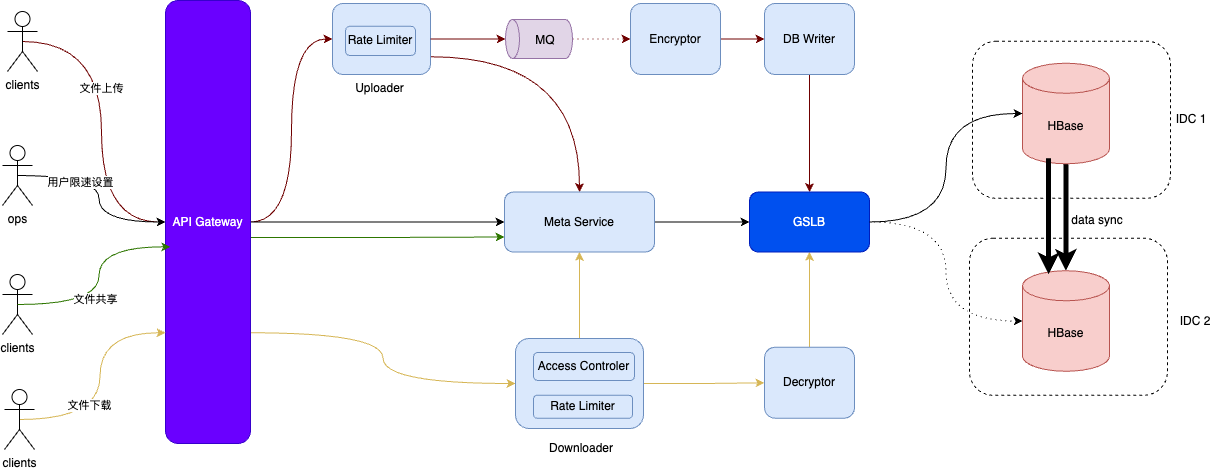
The draw.io diagram pictures/network_storage/final.drawio.png in alikWu/system-design, before a commit. Source tidied: cells renumbered, new cells last; positions are measured from the earlier drawing's top-left corner, leaving out a move shared by most shapes.
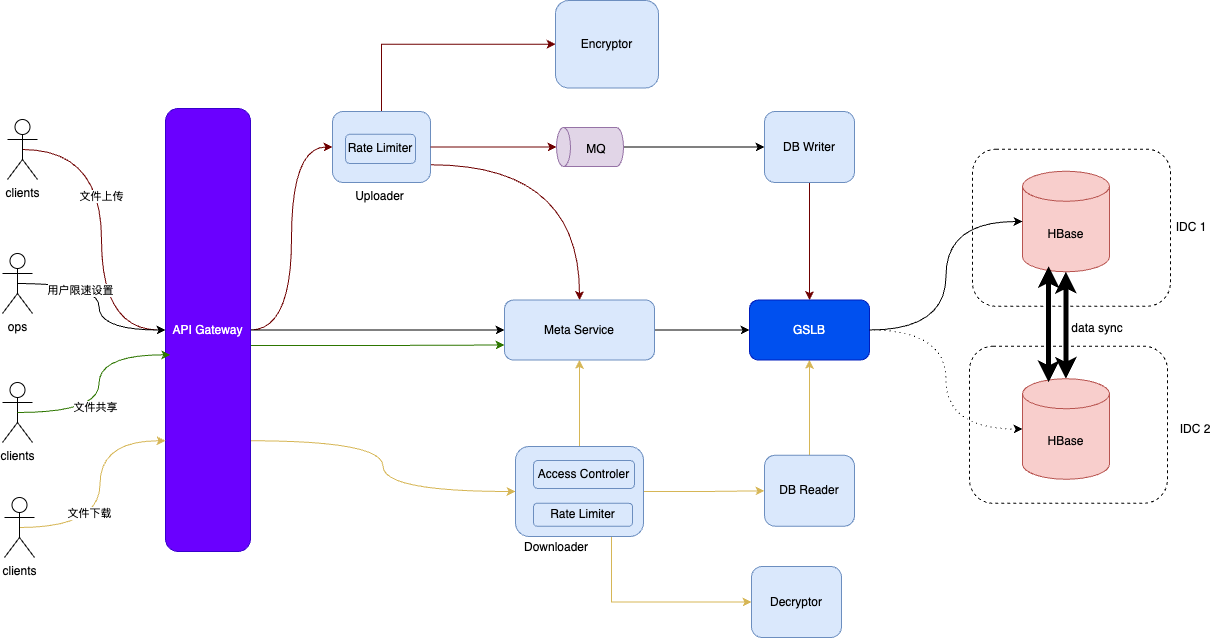
The same diagram one commit later.

Diff of the diagram source:
```diff
@@ -41,17 +41,20 @@
     <mxCell id="14" style="edgeStyle=orthogonalEdgeStyle;rounded=0;jettySize=auto;html=1;exitX=1;exitY=0.75;exitDx=0;exitDy=0;entryX=0.5;entryY=0;entryDx=0;entryDy=0;curved=1;fillColor=#a20025;strokeColor=#6F0000;" parent="1" edge="1" source="15" target="29">
       <mxGeometry relative="1" as="geometry" />
     </mxCell>
+    <mxCell id="53" style="edgeStyle=orthogonalEdgeStyle;rounded=0;jettySize=auto;html=1;exitX=0.5;exitY=0;exitDx=0;exitDy=0;entryX=0;entryY=0.5;entryDx=0;entryDy=0;fillColor=#a20025;strokeColor=#6F0000;" parent="1" edge="1" source="15" target="50">
+      <mxGeometry relative="1" as="geometry" />
+    </mxCell>
     <mxCell id="15" style="rounded=1;whiteSpace=wrap;html=1;fillColor=#dae8fc;strokeColor=#6c8ebf;" parent="1" vertex="1">
       <mxGeometry x="330" y="3" width="98" height="71" as="geometry" />
     </mxCell>
-    <mxCell id="16" style="edgeStyle=orthogonalEdgeStyle;rounded=0;jettySize=auto;html=1;exitX=0.5;exitY=1;exitDx=0;exitDy=0;exitPerimeter=0;dashed=1;dashPattern=1 4;fillColor=#a20025;strokeColor=#6F0000;" parent="1" edge="1" source="17" target="50">
-      <mxGeometry relative="1" as="geometry" />
-    </mxCell>
+    <mxCell id="54" style="edgeStyle=orthogonalEdgeStyle;rounded=0;jettySize=auto;html=1;exitX=0.5;exitY=1;exitDx=0;exitDy=0;exitPerimeter=0;entryX=0;entryY=0.5;entryDx=0;entryDy=0;" parent="1" edge="1" source="17" target="13">
+      <mxGeometry relative="1" as="geometry" />
+    </mxCell>
     <mxCell id="17" style="shape=cylinder3;whiteSpace=wrap;html=1;boundedLbl=1;backgroundOutline=1;size=7;rotation=-90;fillColor=#e1d5e7;strokeColor=#9673a6;" parent="1" vertex="1">
-      <mxGeometry x="517" y="5" width="39" height="67" as="geometry" />
+      <mxGeometry x="568" y="5" width="39" height="67" as="geometry" />
     </mxCell>
     <mxCell id="18" value="MQ" style="text;html=1;align=center;verticalAlign=middle;whiteSpace=wrap;rounded=0;" parent="1" vertex="1">
-      <mxGeometry x="513" y="25" width="60" height="30" as="geometry" />
+      <mxGeometry x="564" y="26" width="60" height="30" as="geometry" />
     </mxCell>
     <mxCell id="19" value="Rate Limiter" style="rounded=1;whiteSpace=wrap;html=1;fillColor=#dae8fc;strokeColor=#6c8ebf;" parent="1" vertex="1">
       <mxGeometry x="343" y="25.8" width="70" height="29.2" as="geometry" />
@@ -68,6 +71,9 @@
     <mxCell id="23" style="edgeStyle=orthogonalEdgeStyle;rounded=0;jettySize=auto;html=1;exitX=1;exitY=0.5;exitDx=0;exitDy=0;fillColor=#fff2cc;strokeColor=#d6b656;" parent="1" edge="1" source="24" target="52">
       <mxGeometry relative="1" as="geometry" />
     </mxCell>
+    <mxCell id="55" style="edgeStyle=orthogonalEdgeStyle;rounded=0;jettySize=auto;html=1;exitX=0.75;exitY=1;exitDx=0;exitDy=0;entryX=0;entryY=0.5;entryDx=0;entryDy=0;fillColor=#fff2cc;strokeColor=#d6b656;" parent="1" edge="1" source="24" target="56">
+      <mxGeometry relative="1" as="geometry" />
+    </mxCell>
     <mxCell id="24" style="rounded=1;whiteSpace=wrap;html=1;fillColor=#dae8fc;strokeColor=#6c8ebf;" parent="1" vertex="1">
       <mxGeometry x="513" y="338" width="128" height="90" as="geometry" />
     </mxCell>
@@ -78,7 +84,7 @@
       <mxGeometry x="531" y="352" width="101" height="28" as="geometry" />
     </mxCell>
     <mxCell id="27" value="Downloader" style="text;html=1;align=center;verticalAlign=middle;whiteSpace=wrap;rounded=0;" parent="1" vertex="1">
-      <mxGeometry x="549" y="433" width="60" height="30" as="geometry" />
+      <mxGeometry x="524" y="424" width="60" height="30" as="geometry" />
     </mxCell>
     <mxCell id="28" style="edgeStyle=orthogonalEdgeStyle;rounded=0;jettySize=auto;html=1;exitX=1;exitY=0.5;exitDx=0;exitDy=0;entryX=0;entryY=0.5;entryDx=0;entryDy=0;" parent="1" edge="1" source="29" target="41">
       <mxGeometry relative="1" as="geometry" />
@@ -119,7 +125,7 @@
     <mxCell id="38" value="clients" style="shape=umlActor;verticalLabelPosition=bottom;verticalAlign=top;html=1;outlineConnect=0;" parent="1" vertex="1">
       <mxGeometry x="2" y="389" width="30" height="60" as="geometry" />
     </mxCell>
-    <mxCell id="39" style="edgeStyle=orthogonalEdgeStyle;rounded=0;jettySize=auto;html=1;exitX=0.5;exitY=1;exitDx=0;exitDy=0;exitPerimeter=0;strokeWidth=5;" parent="1" edge="1" source="40" target="42">
+    <mxCell id="39" style="edgeStyle=orthogonalEdgeStyle;rounded=0;jettySize=auto;html=1;exitX=0.5;exitY=1;exitDx=0;exitDy=0;exitPerimeter=0;strokeWidth=5;startArrow=classic;startFill=1;" parent="1" edge="1" source="40" target="42">
       <mxGeometry relative="1" as="geometry" />
     </mxCell>
     <mxCell id="40" value="HBase" style="shape=cylinder3;whiteSpace=wrap;html=1;boundedLbl=1;backgroundOutline=1;size=15;fillColor=#f8cecc;strokeColor=#b85450;" parent="1" vertex="1">
@@ -143,7 +149,7 @@
     <mxCell id="46" style="edgeStyle=orthogonalEdgeStyle;rounded=0;jettySize=auto;html=1;exitX=1;exitY=0.5;exitDx=0;exitDy=0;entryX=0;entryY=0.5;entryDx=0;entryDy=0;entryPerimeter=0;curved=1;dashed=1;dashPattern=1 4;" parent="1" edge="1" source="41" target="42">
       <mxGeometry relative="1" as="geometry" />
     </mxCell>
-    <mxCell id="47" style="edgeStyle=orthogonalEdgeStyle;rounded=0;orthogonalLoop=1;jettySize=auto;html=1;exitX=0.145;exitY=1;exitDx=0;exitDy=-4.35;exitPerimeter=0;entryX=0.145;entryY=0;entryDx=0;entryDy=4.35;entryPerimeter=0;strokeWidth=5;" parent="1" edge="1">
+    <mxCell id="47" style="edgeStyle=orthogonalEdgeStyle;rounded=0;orthogonalLoop=1;jettySize=auto;html=1;exitX=0.145;exitY=1;exitDx=0;exitDy=-4.35;exitPerimeter=0;entryX=0.145;entryY=0;entryDx=0;entryDy=4.35;entryPerimeter=0;strokeWidth=5;startArrow=classic;startFill=1;" parent="1" edge="1">
       <mxGeometry relative="1" as="geometry">
         <mxPoint x="1046" y="157.8" as="sourcePoint" />
         <mxPoint x="1046" y="273.8" as="targetPoint" />
@@ -152,17 +158,17 @@
     <mxCell id="48" value="data sync" style="text;html=1;align=center;verticalAlign=middle;whiteSpace=wrap;rounded=0;" parent="1" vertex="1">
       <mxGeometry x="1065" y="204.8" width="60" height="30" as="geometry" />
     </mxCell>
-    <mxCell id="49" style="edgeStyle=orthogonalEdgeStyle;rounded=0;jettySize=auto;html=1;exitX=1;exitY=0.5;exitDx=0;exitDy=0;fillColor=#a20025;strokeColor=#6F0000;" parent="1" edge="1" source="50" target="13">
-      <mxGeometry relative="1" as="geometry" />
-    </mxCell>
-    <mxCell id="50" value="Encryptor" style="rounded=1;whiteSpace=wrap;html=1;fillColor=#dae8fc;strokeColor=#6c8ebf;" parent="1" vertex="1">
-      <mxGeometry x="628" y="3" width="90" height="71" as="geometry" />
-    </mxCell>
     <mxCell id="51" style="edgeStyle=orthogonalEdgeStyle;rounded=0;jettySize=auto;html=1;exitX=0.5;exitY=0;exitDx=0;exitDy=0;entryX=0.5;entryY=1;entryDx=0;entryDy=0;fillColor=#fff2cc;strokeColor=#d6b656;" parent="1" edge="1" source="52" target="41">
       <mxGeometry relative="1" as="geometry" />
     </mxCell>
-    <mxCell id="52" value="Decryptor" style="rounded=1;whiteSpace=wrap;html=1;fillColor=#dae8fc;strokeColor=#6c8ebf;" parent="1" vertex="1">
+    <mxCell id="52" value="DB Reader" style="rounded=1;whiteSpace=wrap;html=1;fillColor=#dae8fc;strokeColor=#6c8ebf;" parent="1" vertex="1">
       <mxGeometry x="762" y="346.8" width="90" height="71" as="geometry" />
     </mxCell>
+    <mxCell id="56" value="Decryptor" style="rounded=1;whiteSpace=wrap;html=1;fillColor=#dae8fc;strokeColor=#6c8ebf;" parent="1" vertex="1">
+      <mxGeometry x="749" y="458" width="90" height="71" as="geometry" />
+    </mxCell>
+    <mxCell id="50" value="Encryptor" style="rounded=1;whiteSpace=wrap;html=1;fillColor=#dae8fc;strokeColor=#6c8ebf;" parent="1" vertex="1">
+      <mxGeometry x="553" y="-108" width="103" height="87.5" as="geometry" />
+    </mxCell>
   </root>
 </mxGraphModel>
```
